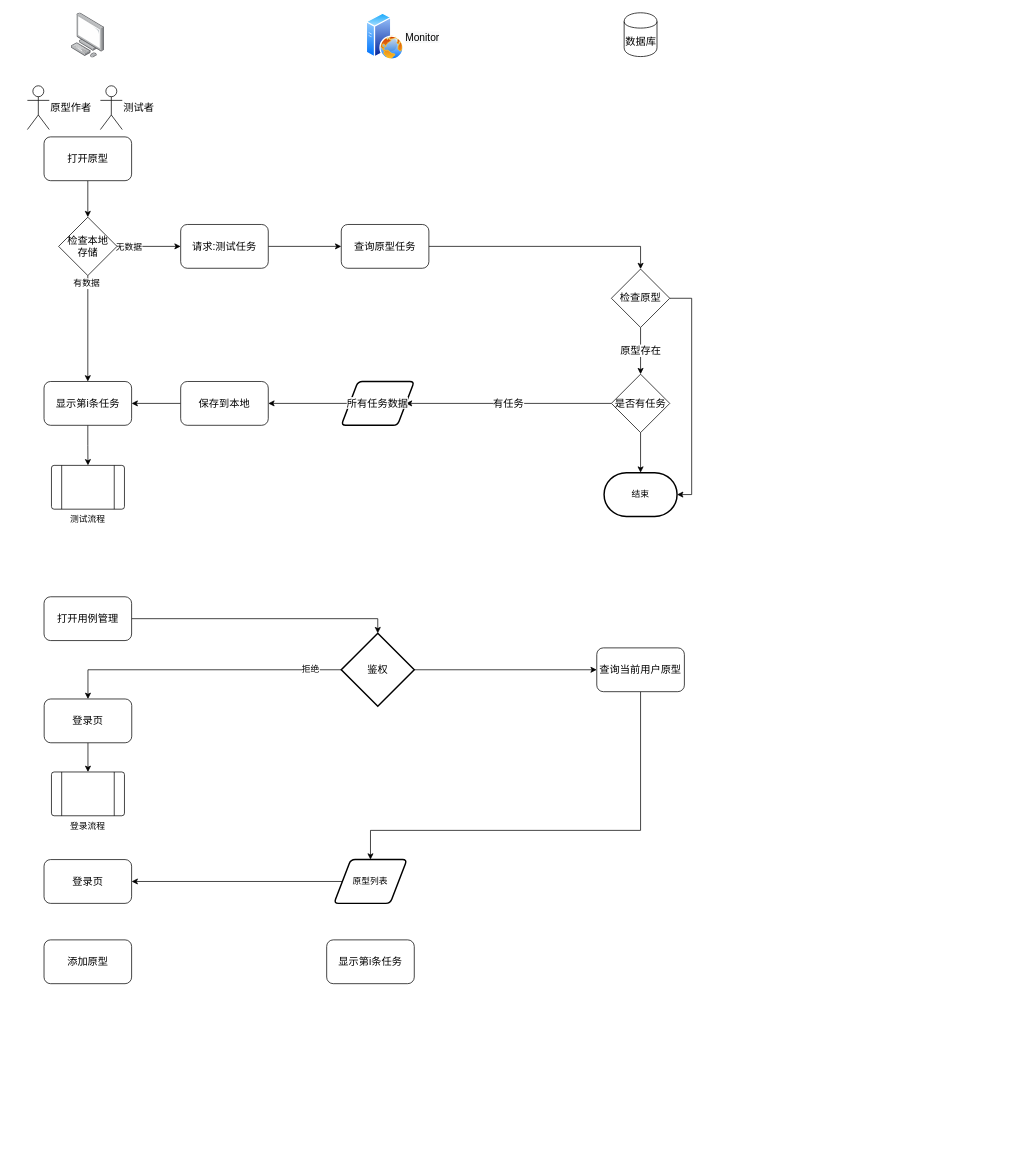
Above: prototester.drawio in onlyzlc/prototester (draw.io), before the change. Source tidied: cells renumbered, new cells numbered last; positions are measured from the earlier drawing's top-left corner, leaving out a move shared by most shapes. Both pictures are drawn from the tidied source at 73%, with x=0, y=0 at pixel (27, 12).
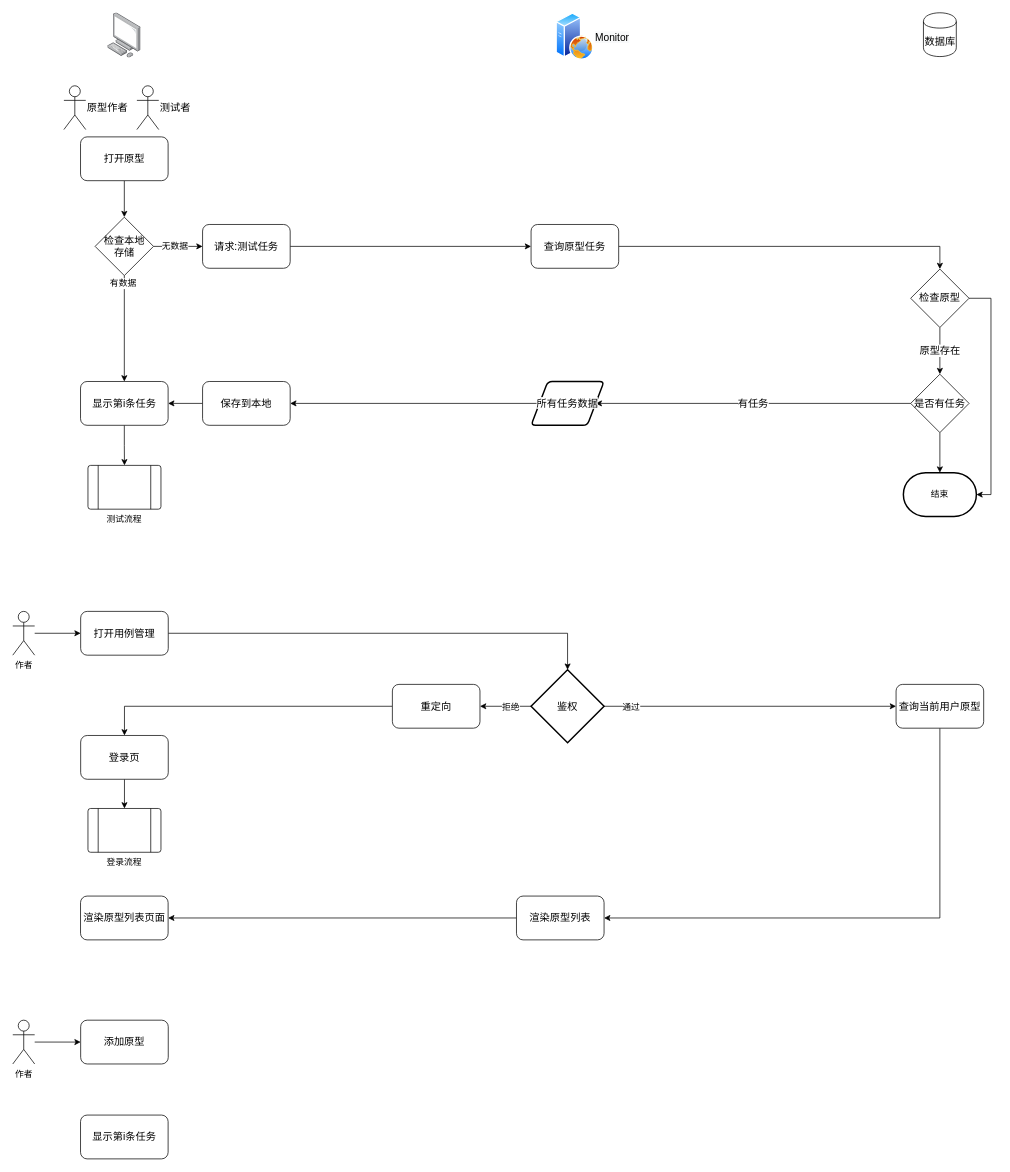
The same page after the edit.

Unchanged cells that the change refers to:
```xml
<mxCell id="8" style="edgeStyle=orthogonalEdgeStyle;rounded=0;jettySize=auto;html=1;fontSize=14;entryX=0;entryY=0.5;entryDx=0;entryDy=0;" parent="1" edge="1" source="12" target="28">
  <mxGeometry relative="1" as="geometry" />
</mxCell>
<mxCell id="43" style="edgeStyle=orthogonalEdgeStyle;rounded=0;jettySize=auto;html=1;exitX=1;exitY=0.5;exitDx=0;exitDy=0;exitPerimeter=0;entryX=0;entryY=0.5;entryDx=0;entryDy=0;" parent="1" edge="1" source="44" target="35">
  <mxGeometry relative="1" as="geometry" />
</mxCell>
```

Change to the diagram source:
```diff
@@
     <mxCell id="3" value="&lt;span style=&quot;white-space: normal ; background-color: rgb(248 , 249 , 250)&quot;&gt;Monitor&lt;/span&gt;" style="perimeter=ellipsePerimeter;html=1;align=left;shadow=0;dashed=0;spacingTop=3;image;image=img/lib/active_directory/web_server.svg;fontSize=14;labelPosition=right;verticalLabelPosition=middle;verticalAlign=middle;" parent="1" vertex="1">
-      <mxGeometry x="464" width="52" height="65" as="geometry" />
+      <mxGeometry x="724" width="52" height="65" as="geometry" />
     </mxCell>
     <mxCell id="4" value="原型作者" style="shape=umlActor;verticalLabelPosition=middle;labelBackgroundColor=#ffffff;verticalAlign=middle;html=1;fontSize=14;align=left;labelPosition=right;" parent="1" vertex="1">
-      <mxGeometry y="100" width="30" height="60" as="geometry" />
+      <mxGeometry x="50" y="100" width="30" height="60" as="geometry" />
     </mxCell>
     <mxCell id="5" style="html=1;align=center;shadow=0;dashed=0;image;image=img/lib/allied_telesis/computer_and_terminals/Personal_Computer.svg;fontSize=14;" parent="1" vertex="1">
-      <mxGeometry x="60" width="45.6" height="61.8" as="geometry" />
+      <mxGeometry x="110" width="45.6" height="61.8" as="geometry" />
     </mxCell>
     <mxCell id="6" value="打开原型" style="rounded=1;whiteSpace=wrap;html=1;fontSize=14;align=center;" parent="1" vertex="1">
-      <mxGeometry x="22.8" y="170" width="120" height="60" as="geometry" />
+      <mxGeometry x="72.8" y="170" width="120" height="60" as="geometry" />
     </mxCell>
     <mxCell id="7" value="数据库" style="shape=cylinder;whiteSpace=wrap;html=1;boundedLbl=1;backgroundOutline=1;fontSize=14;align=center;" parent="1" vertex="1">
-      <mxGeometry x="817.5" width="45" height="60" as="geometry" />
+      <mxGeometry x="1227.5" width="45" height="60" as="geometry" />
     </mxCell>
@@
     <mxCell id="9" value="无数据" style="text;html=1;align=center;verticalAlign=middle;labelBackgroundColor=#ffffff;" parent="8" vertex="1">
       <mxGeometry x="-0.89" y="3" relative="1" as="geometry">
-        <mxPoint x="10.2" y="3" as="offset" />
+        <mxPoint x="24.2" y="2.7" as="offset" />
       </mxGeometry>
     </mxCell>
@@
     <mxCell id="12" value="&lt;span style=&quot;white-space: normal&quot;&gt;检查本地&lt;br&gt;存储&lt;/span&gt;" style="rhombus;whiteSpace=wrap;html=1;fontSize=14;align=center;" parent="1" vertex="1">
-      <mxGeometry x="42.8" y="280" width="80" height="80" as="geometry" />
+      <mxGeometry x="92.8" y="280" width="80" height="80" as="geometry" />
     </mxCell>
@@
     <mxCell id="14" value="查询原型任务" style="rounded=1;whiteSpace=wrap;html=1;fontSize=14;align=center;" parent="1" vertex="1">
-      <mxGeometry x="430" y="290" width="120" height="60" as="geometry" />
+      <mxGeometry x="690" y="290" width="120" height="60" as="geometry" />
     </mxCell>
@@
     <mxCell id="17" value="检查原型" style="rhombus;whiteSpace=wrap;html=1;fontSize=14;align=center;" parent="1" vertex="1">
-      <mxGeometry x="800" y="351.1" width="80" height="80" as="geometry" />
+      <mxGeometry x="1210" y="351.1" width="80" height="80" as="geometry" />
     </mxCell>
@@
     <mxCell id="20" value="是否有任务" style="rhombus;whiteSpace=wrap;html=1;fontSize=14;align=center;" parent="1" vertex="1">
-      <mxGeometry x="800" y="495.1" width="80" height="80" as="geometry" />
+      <mxGeometry x="1210" y="495.1" width="80" height="80" as="geometry" />
     </mxCell>
@@
     <mxCell id="22" value="保存到本地" style="rounded=1;whiteSpace=wrap;html=1;fontSize=14;align=center;" parent="1" vertex="1">
-      <mxGeometry x="210" y="505.1" width="120" height="60" as="geometry" />
+      <mxGeometry x="240" y="505.1" width="120" height="60" as="geometry" />
     </mxCell>
@@
     <mxCell id="24" value="显示第i条任务" style="rounded=1;whiteSpace=wrap;html=1;fontSize=14;align=center;" parent="1" vertex="1">
-      <mxGeometry x="22.8" y="505.1" width="120" height="60" as="geometry" />
+      <mxGeometry x="72.8" y="505.1" width="120" height="60" as="geometry" />
     </mxCell>
     <mxCell id="25" value="测试者" style="shape=umlActor;verticalLabelPosition=middle;labelBackgroundColor=#ffffff;verticalAlign=middle;html=1;fontSize=14;align=left;labelPosition=right;" parent="1" vertex="1">
-      <mxGeometry x="100" y="100" width="30" height="60" as="geometry" />
+      <mxGeometry x="150" y="100" width="30" height="60" as="geometry" />
     </mxCell>
-    <mxCell id="26" style="edgeStyle=orthogonalEdgeStyle;rounded=0;orthogonalLoop=1;jettySize=auto;html=1;exitX=0.5;exitY=1;exitDx=0;exitDy=0;" parent="1" edge="1" source="22" target="22">
-      <mxGeometry relative="1" as="geometry" />
-    </mxCell>
@@
     <mxCell id="28" value="&lt;span style=&quot;white-space: nowrap ; background-color: rgb(255 , 255 , 255)&quot;&gt;请求:测试任务&lt;/span&gt;" style="rounded=1;whiteSpace=wrap;html=1;fontSize=14;align=center;" parent="1" vertex="1">
-      <mxGeometry x="210" y="290" width="120" height="60" as="geometry" />
+      <mxGeometry x="240" y="290" width="120" height="60" as="geometry" />
     </mxCell>
@@
     <mxCell id="30" value="&lt;span style=&quot;font-size: 14px ; background-color: rgb(255 , 255 , 255)&quot;&gt;所有任务数据&lt;/span&gt;" style="shape=parallelogram;html=1;strokeWidth=2;perimeter=parallelogramPerimeter;whiteSpace=wrap;rounded=1;arcSize=12;size=0.23;" parent="1" vertex="1">
-      <mxGeometry x="430" y="505.1" width="100" height="60" as="geometry" />
+      <mxGeometry x="690" y="505.1" width="100" height="60" as="geometry" />
     </mxCell>
@@
     <mxCell id="32" value="打开用例管理" style="rounded=1;whiteSpace=wrap;html=1;fontSize=14;align=center;" parent="1" vertex="1">
-      <mxGeometry x="22.8" y="800" width="120" height="60" as="geometry" />
+      <mxGeometry x="73" y="820" width="120" height="60" as="geometry" />
     </mxCell>
     <mxCell id="33" value="测试流程" style="verticalLabelPosition=bottom;verticalAlign=top;html=1;shape=process;whiteSpace=wrap;rounded=1;size=0.14;arcSize=6;" parent="1" vertex="1">
-      <mxGeometry x="33" y="620" width="100" height="60" as="geometry" />
+      <mxGeometry x="83" y="620" width="100" height="60" as="geometry" />
     </mxCell>
-    <mxCell id="34" style="edgeStyle=orthogonalEdgeStyle;rounded=0;jettySize=auto;html=1;exitX=0.5;exitY=1;exitDx=0;exitDy=0;" parent="1" edge="1" source="35" target="37">
-      <mxGeometry relative="1" as="geometry">
-        <Array as="points">
-          <mxPoint x="840" y="1120" />
-          <mxPoint x="470" y="1120" />
-        </Array>
-      </mxGeometry>
+    <mxCell id="34" style="edgeStyle=orthogonalEdgeStyle;rounded=0;jettySize=auto;html=1;exitX=0.5;exitY=1;exitDx=0;exitDy=0;entryX=1;entryY=0.5;entryDx=0;entryDy=0;" parent="1" edge="1" source="35" target="48">
+      <mxGeometry relative="1" as="geometry" />
     </mxCell>
     <mxCell id="35" value="查询当前用户原型" style="rounded=1;whiteSpace=wrap;html=1;fontSize=14;align=center;" parent="1" vertex="1">
-      <mxGeometry x="780" y="870" width="120" height="60" as="geometry" />
+      <mxGeometry x="1190" y="920" width="120" height="60" as="geometry" />
     </mxCell>
-    <mxCell id="36" style="edgeStyle=orthogonalEdgeStyle;rounded=0;jettySize=auto;html=1;exitX=0;exitY=0.5;exitDx=0;exitDy=0;entryX=1;entryY=0.5;entryDx=0;entryDy=0;" parent="1" edge="1" source="37" target="48">
-      <mxGeometry relative="1" as="geometry" />
-    </mxCell>
-    <mxCell id="37" value="原型列表" style="shape=parallelogram;html=1;strokeWidth=2;perimeter=parallelogramPerimeter;whiteSpace=wrap;rounded=1;arcSize=12;size=0.23;" parent="1" vertex="1">
-      <mxGeometry x="420" y="1160" width="100" height="60" as="geometry" />
-    </mxCell>
     <mxCell id="38" value="添加原型" style="rounded=1;whiteSpace=wrap;html=1;fontSize=14;align=center;" parent="1" vertex="1">
-      <mxGeometry x="22.8" y="1270" width="120" height="60" as="geometry" />
+      <mxGeometry x="73" y="1380" width="120" height="60" as="geometry" />
     </mxCell>
     <mxCell id="39" value="结束" style="strokeWidth=2;html=1;shape=mxgraph.flowchart.terminator;whiteSpace=wrap;" parent="1" vertex="1">
-      <mxGeometry x="790" y="630" width="100" height="60" as="geometry" />
+      <mxGeometry x="1200" y="630" width="100" height="60" as="geometry" />
     </mxCell>
     <mxCell id="40" value="显示第i条任务" style="rounded=1;whiteSpace=wrap;html=1;fontSize=14;align=center;" parent="1" vertex="1">
-      <mxGeometry x="410" y="1270" width="120" height="60" as="geometry" />
+      <mxGeometry x="72.8" y="1510" width="120" height="60" as="geometry" />
     </mxCell>
-    <mxCell id="41" style="edgeStyle=orthogonalEdgeStyle;rounded=0;jettySize=auto;html=1;exitX=0;exitY=0.5;exitDx=0;exitDy=0;exitPerimeter=0;entryX=0.5;entryY=0;entryDx=0;entryDy=0;" parent="1" edge="1" source="44" target="47">
+    <mxCell id="41" style="edgeStyle=orthogonalEdgeStyle;rounded=0;jettySize=auto;html=1;exitX=0;exitY=0.5;exitDx=0;exitDy=0;exitPerimeter=0;entryX=1;entryY=0.5;entryDx=0;entryDy=0;" parent="1" edge="1" source="44" target="53">
       <mxGeometry relative="1" as="geometry" />
     </mxCell>
     <mxCell id="42" value="拒绝" style="text;html=1;align=center;verticalAlign=middle;labelBackgroundColor=#ffffff;" parent="41" vertex="1">
-      <mxGeometry x="-0.78" y="-2" relative="1" as="geometry" />
+      <mxGeometry x="-0.9" y="1" relative="1" as="geometry">
+        <mxPoint x="-26" y="-1" as="offset" />
+      </mxGeometry>
     </mxCell>
@@
+    <mxCell id="49" value="通过" style="text;html=1;align=center;verticalAlign=middle;labelBackgroundColor=#ffffff;" parent="43" vertex="1">
+      <mxGeometry x="-0.82" relative="1" as="geometry" />
+    </mxCell>
     <mxCell id="44" value="&lt;span style=&quot;font-size: 14px ; white-space: normal&quot;&gt;鉴权&lt;/span&gt;" style="strokeWidth=2;html=1;shape=mxgraph.flowchart.decision;whiteSpace=wrap;" parent="1" vertex="1">
-      <mxGeometry x="430" y="850" width="100" height="100" as="geometry" />
+      <mxGeometry x="690" y="900" width="100" height="100" as="geometry" />
     </mxCell>
     <mxCell id="45" value="登录流程" style="verticalLabelPosition=bottom;verticalAlign=top;html=1;shape=process;whiteSpace=wrap;rounded=1;size=0.14;arcSize=6;" parent="1" vertex="1">
-      <mxGeometry x="33" y="1040" width="100" height="60" as="geometry" />
+      <mxGeometry x="83" y="1090" width="100" height="60" as="geometry" />
     </mxCell>
@@
     <mxCell id="47" value="登录页" style="rounded=1;whiteSpace=wrap;html=1;fontSize=14;align=center;" parent="1" vertex="1">
-      <mxGeometry x="23" y="940" width="120" height="60" as="geometry" />
+      <mxGeometry x="73" y="990" width="120" height="60" as="geometry" />
     </mxCell>
+    <mxCell id="50" style="edgeStyle=orthogonalEdgeStyle;rounded=0;jettySize=auto;html=1;exitX=0;exitY=0.5;exitDx=0;exitDy=0;entryX=1;entryY=0.5;entryDx=0;entryDy=0;" parent="1" edge="1" source="48" target="51">
+      <mxGeometry relative="1" as="geometry" />
+    </mxCell>
-    <mxCell id="48" value="登录页" style="rounded=1;whiteSpace=wrap;html=1;fontSize=14;align=center;" parent="1" vertex="1">
-      <mxGeometry x="22.8" y="1160" width="120" height="60" as="geometry" />
+    <mxCell id="48" value="渲染原型列表" style="rounded=1;whiteSpace=wrap;html=1;fontSize=14;align=center;" parent="1" vertex="1">
+      <mxGeometry x="670" y="1210" width="120" height="60" as="geometry" />
     </mxCell>
+    <mxCell id="51" value="渲染原型列表页面" style="rounded=1;whiteSpace=wrap;html=1;fontSize=14;align=center;" parent="1" vertex="1">
+      <mxGeometry x="72.8" y="1210" width="120" height="60" as="geometry" />
+    </mxCell>
+    <mxCell id="52" style="edgeStyle=orthogonalEdgeStyle;rounded=0;jettySize=auto;html=1;exitX=0;exitY=0.5;exitDx=0;exitDy=0;entryX=0.5;entryY=0;entryDx=0;entryDy=0;" parent="1" edge="1" source="53" target="47">
+      <mxGeometry relative="1" as="geometry" />
+    </mxCell>
+    <mxCell id="53" value="重定向" style="rounded=1;whiteSpace=wrap;html=1;fontSize=14;align=center;" parent="1" vertex="1">
+      <mxGeometry x="500" y="920" width="120" height="60" as="geometry" />
+    </mxCell>
+    <mxCell id="54" style="edgeStyle=orthogonalEdgeStyle;rounded=0;jettySize=auto;html=1;entryX=0;entryY=0.5;entryDx=0;entryDy=0;" parent="1" edge="1" source="55" target="32">
+      <mxGeometry relative="1" as="geometry" />
+    </mxCell>
+    <mxCell id="55" value="作者" style="shape=umlActor;verticalLabelPosition=bottom;labelBackgroundColor=#ffffff;verticalAlign=top;html=1;outlineConnect=0;" parent="1" vertex="1">
+      <mxGeometry x="-20" y="820" width="30" height="60" as="geometry" />
+    </mxCell>
+    <mxCell id="56" style="edgeStyle=orthogonalEdgeStyle;rounded=0;jettySize=auto;html=1;entryX=0;entryY=0.5;entryDx=0;entryDy=0;" parent="1" edge="1" source="57" target="38">
+      <mxGeometry relative="1" as="geometry" />
+    </mxCell>
+    <mxCell id="57" value="作者" style="shape=umlActor;verticalLabelPosition=bottom;labelBackgroundColor=#ffffff;verticalAlign=top;html=1;outlineConnect=0;" parent="1" vertex="1">
+      <mxGeometry x="-20" y="1380" width="30" height="60" as="geometry" />
+    </mxCell>
```
